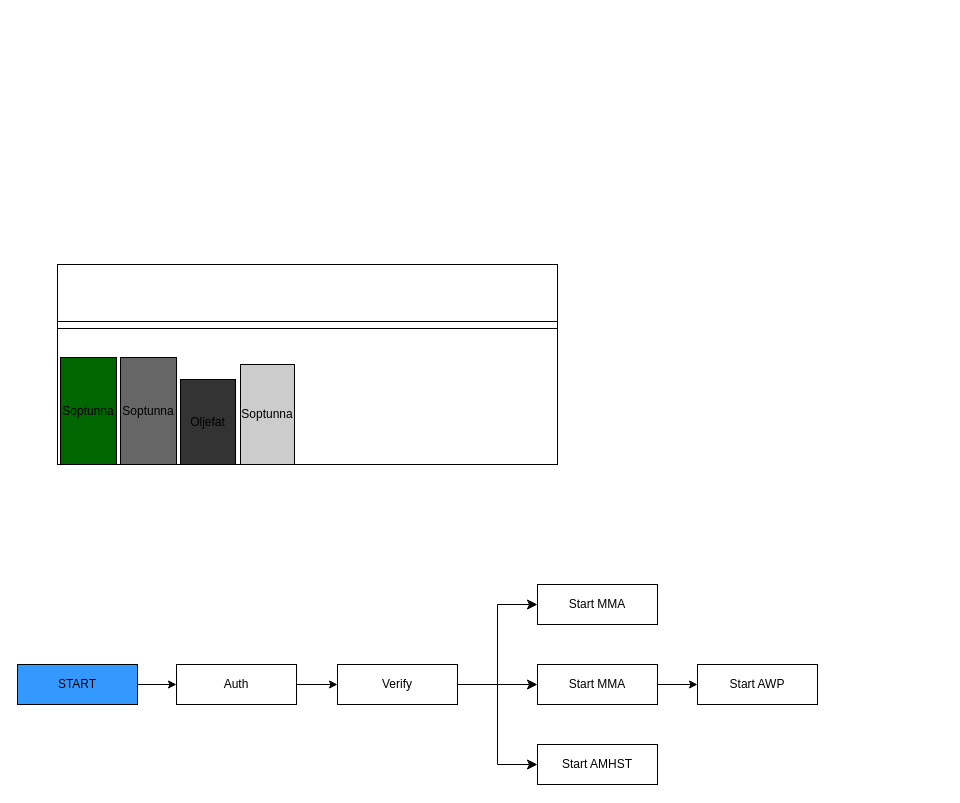
Earlier version of the draw.io diagram Namnlöst diagram.drawio (ropaolle/sources). Source tidied: cells renumbered, new cells numbered last; positions are measured from the earlier drawing's top-left corner, leaving out a move shared by most shapes. Both pictures are drawn from the tidied source at 100%, with x=0, y=0 at pixel (17, 264).
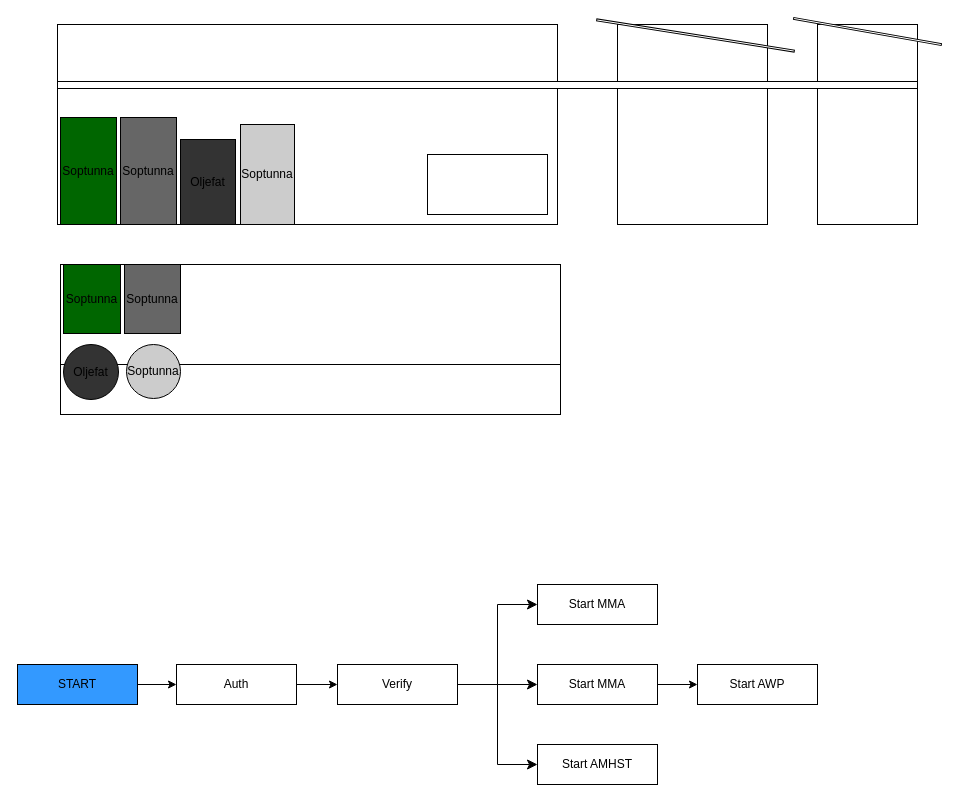
Above is the later version.

What changed in the source:
```diff
@@
+    <mxCell id="21" style="rounded=0;whiteSpace=wrap;html=1;" parent="1" vertex="1">
+      <mxGeometry x="600" y="-240" width="150" height="200" as="geometry" />
+    </mxCell>
+    <mxCell id="22" style="rounded=0;whiteSpace=wrap;html=1;" parent="1" vertex="1">
+      <mxGeometry x="800" y="-240" width="100" height="200" as="geometry" />
+    </mxCell>
+    <mxCell id="23" style="rounded=0;whiteSpace=wrap;html=1;" parent="1" vertex="1">
+      <mxGeometry x="43" y="100" width="500" height="50" as="geometry" />
+    </mxCell>
     <mxCell id="2" style="rounded=0;whiteSpace=wrap;html=1;" parent="1" vertex="1">
-      <mxGeometry x="40" width="500" height="200" as="geometry" />
+      <mxGeometry x="40" y="-240" width="500" height="200" as="geometry" />
     </mxCell>
     <mxCell id="3" value="Soptunna" style="rounded=0;whiteSpace=wrap;html=1;fillColor=#006600;" parent="1" vertex="1">
-      <mxGeometry x="43" y="93" width="56" height="107" as="geometry" />
+      <mxGeometry x="43" y="-147" width="56" height="107" as="geometry" />
     </mxCell>
     <mxCell id="4" value="Oljefat" style="rounded=0;whiteSpace=wrap;html=1;fillColor=#333333;" parent="1" vertex="1">
-      <mxGeometry x="163" y="115" width="55" height="85" as="geometry" />
+      <mxGeometry x="163" y="-125" width="55" height="85" as="geometry" />
     </mxCell>
     <mxCell id="5" value="Soptunna" style="rounded=0;whiteSpace=wrap;html=1;fillColor=#CCCCCC;gradientColor=none;glass=0;shadow=0;labelBackgroundColor=none;" parent="1" vertex="1">
-      <mxGeometry x="223" y="100" width="54" height="100" as="geometry" />
+      <mxGeometry x="223" y="-140" width="54" height="100" as="geometry" />
     </mxCell>
     <mxCell id="6" value="Soptunna" style="rounded=0;whiteSpace=wrap;html=1;fillColor=#666666;" parent="1" vertex="1">
-      <mxGeometry x="103" y="93" width="56" height="107" as="geometry" />
+      <mxGeometry x="103" y="-147" width="56" height="107" as="geometry" />
     </mxCell>
     <mxCell id="7" style="rounded=0;whiteSpace=wrap;html=1;" parent="1" vertex="1">
-      <mxGeometry x="40" y="57" width="500" height="7" as="geometry" />
+      <mxGeometry x="40" y="-183" width="860" height="7" as="geometry" />
     </mxCell>
@@
+    <mxCell id="24" style="rounded=0;whiteSpace=wrap;html=1;" parent="1" vertex="1">
+      <mxGeometry x="43" width="500" height="100" as="geometry" />
+    </mxCell>
+    <mxCell id="25" value="Soptunna" style="rounded=0;whiteSpace=wrap;html=1;fillColor=#006600;" parent="1" vertex="1">
+      <mxGeometry x="46" width="57" height="69" as="geometry" />
+    </mxCell>
+    <mxCell id="26" value="Oljefat" style="rounded=1;whiteSpace=wrap;html=1;fillColor=#333333;arcSize=50;" parent="1" vertex="1">
+      <mxGeometry x="46" y="80" width="55" height="55" as="geometry" />
+    </mxCell>
+    <mxCell id="27" value="Soptunna" style="rounded=1;whiteSpace=wrap;html=1;fillColor=#CCCCCC;gradientColor=none;glass=0;shadow=0;labelBackgroundColor=none;arcSize=50;" parent="1" vertex="1">
+      <mxGeometry x="109" y="80" width="54" height="54" as="geometry" />
+    </mxCell>
+    <mxCell id="28" value="Soptunna" style="rounded=0;whiteSpace=wrap;html=1;fillColor=#666666;" parent="1" vertex="1">
+      <mxGeometry x="107" width="56" height="69" as="geometry" />
+    </mxCell>
+    <mxCell id="29" style="rounded=0;whiteSpace=wrap;html=1;" parent="1" vertex="1">
+      <mxGeometry x="410" y="-110" width="120" height="60" as="geometry" />
+    </mxCell>
+    <mxCell id="30" style="rounded=0;whiteSpace=wrap;html=1;rotation=10;" parent="1" vertex="1">
+      <mxGeometry x="775" y="-234" width="150" height="2" as="geometry" />
+    </mxCell>
+    <mxCell id="31" style="rounded=0;whiteSpace=wrap;html=1;rotation=9;" parent="1" vertex="1">
+      <mxGeometry x="578" y="-230" width="200" height="2" as="geometry" />
+    </mxCell>
```
